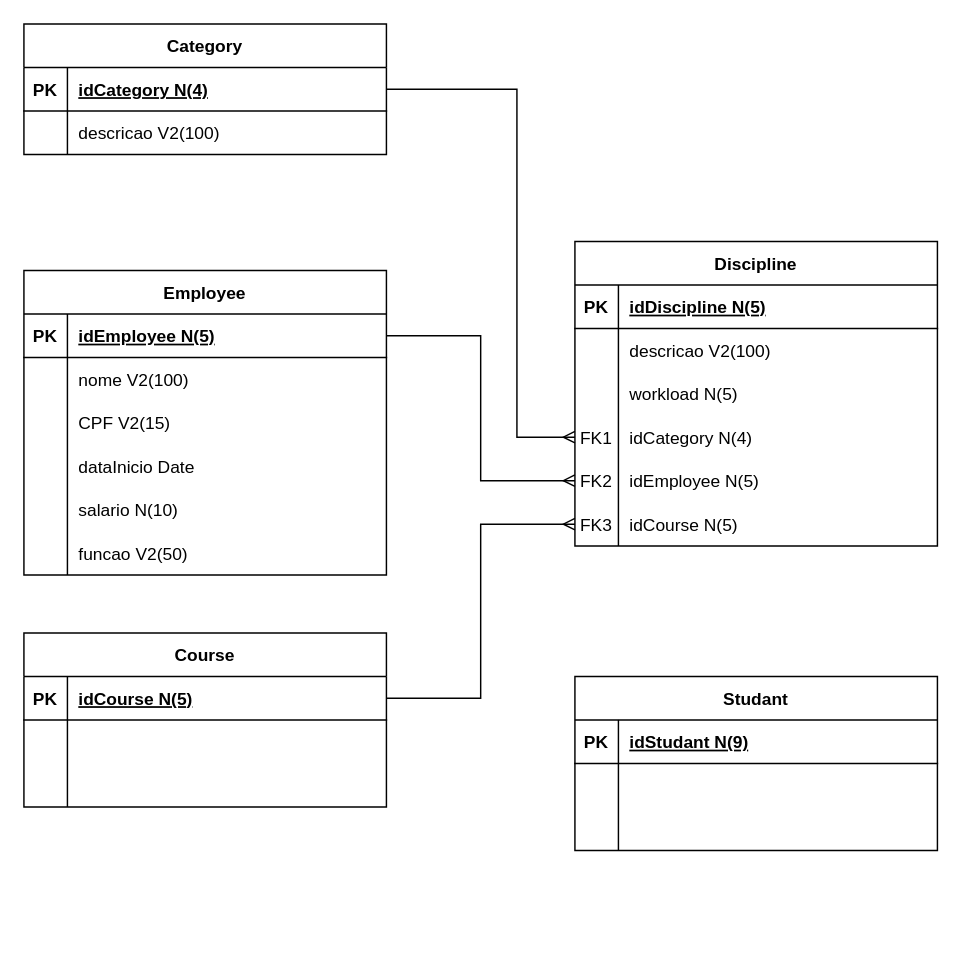
This is diagram_database_course_manager_system.drawio from JonazOliveira/course-manager-system, a draw.io file, before an edit. Source tidied: cells renumbered, new cells numbered last; positions are measured from the earlier drawing's top-left corner, leaving out a move shared by most shapes. Both pictures are drawn from the tidied source at 145%, with x=0, y=0 at pixel (23, 23).
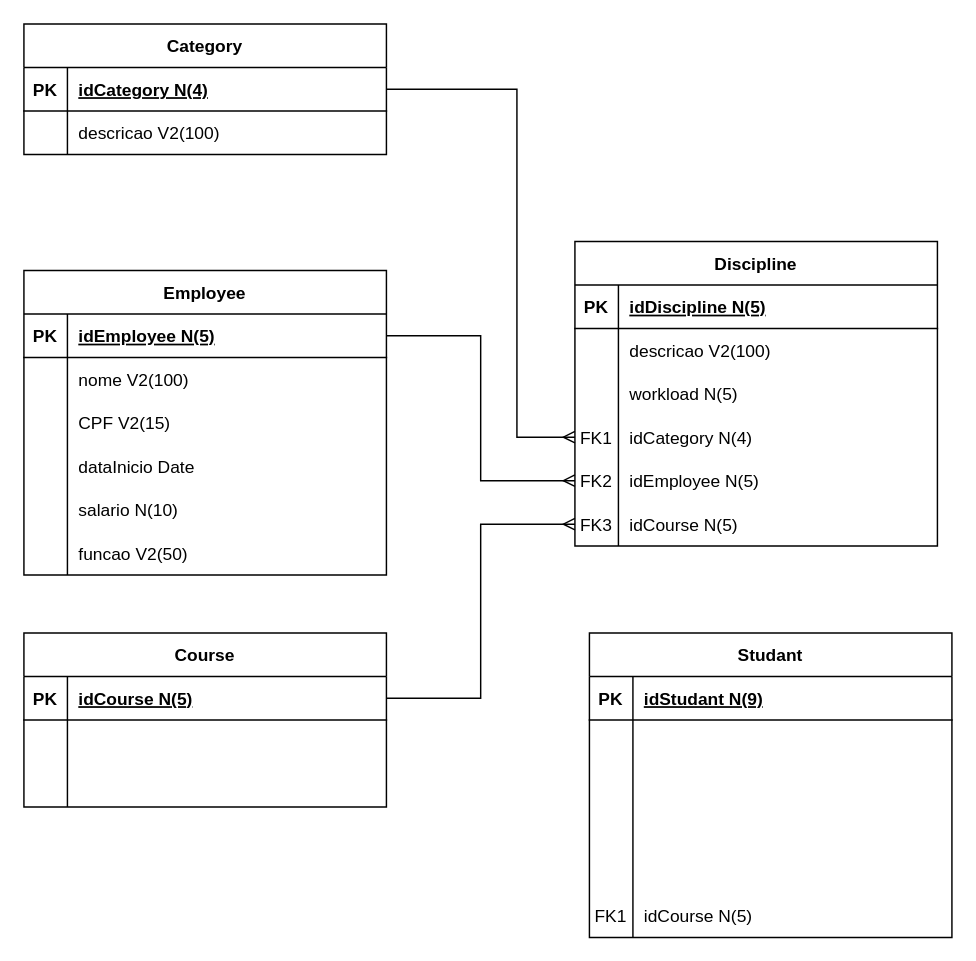
The same page after the edit.

What changed in the source:
```diff
@@
     <mxCell id="31" value="Studant" style="shape=table;startSize=30;childLayout=tableLayout;rowLines=0;fontStyle=1;align=center;" parent="1" vertex="1">
-      <mxGeometry x="380" y="450" width="250" height="120" as="geometry" />
+      <mxGeometry x="390" y="420" width="250" height="210" as="geometry" />
     </mxCell>
@@
+    <mxCell id="70" style="shape=partialRectangle;fillColor=none;top=0;left=0;right=0;bottom=0;" parent="31" vertex="1">
+      <mxGeometry y="120" width="250" height="30" as="geometry" />
+    </mxCell>
+    <mxCell id="71" style="shape=partialRectangle;overflow=hidden;fillColor=none;top=0;left=0;bottom=0;right=0;" parent="70" vertex="1">
+      <mxGeometry width="30" height="30" as="geometry" />
+    </mxCell>
+    <mxCell id="72" style="shape=partialRectangle;overflow=hidden;fillColor=none;top=0;left=0;bottom=0;right=0;align=left;spacingLeft=6;" parent="70" vertex="1">
+      <mxGeometry x="30" width="220" height="30" as="geometry" />
+    </mxCell>
+    <mxCell id="73" style="shape=partialRectangle;fillColor=none;top=0;left=0;right=0;bottom=0;" parent="31" vertex="1">
+      <mxGeometry y="150" width="250" height="30" as="geometry" />
+    </mxCell>
+    <mxCell id="74" style="shape=partialRectangle;overflow=hidden;fillColor=none;top=0;left=0;bottom=0;right=0;" parent="73" vertex="1">
+      <mxGeometry width="30" height="30" as="geometry" />
+    </mxCell>
+    <mxCell id="75" style="shape=partialRectangle;overflow=hidden;fillColor=none;top=0;left=0;bottom=0;right=0;align=left;spacingLeft=6;" parent="73" vertex="1">
+      <mxGeometry x="30" width="220" height="30" as="geometry" />
+    </mxCell>
+    <mxCell id="76" style="shape=partialRectangle;fillColor=none;top=0;left=0;right=0;bottom=0;" parent="31" vertex="1">
+      <mxGeometry y="180" width="250" height="30" as="geometry" />
+    </mxCell>
+    <mxCell id="77" value="FK1" style="shape=partialRectangle;overflow=hidden;fillColor=none;top=0;left=0;bottom=0;right=0;" parent="76" vertex="1">
+      <mxGeometry width="30" height="30" as="geometry" />
+    </mxCell>
+    <mxCell id="78" value="idCourse N(5)" style="shape=partialRectangle;overflow=hidden;fillColor=none;top=0;left=0;bottom=0;right=0;align=left;spacingLeft=6;" parent="76" vertex="1">
+      <mxGeometry x="30" width="220" height="30" as="geometry" />
+    </mxCell>
```
